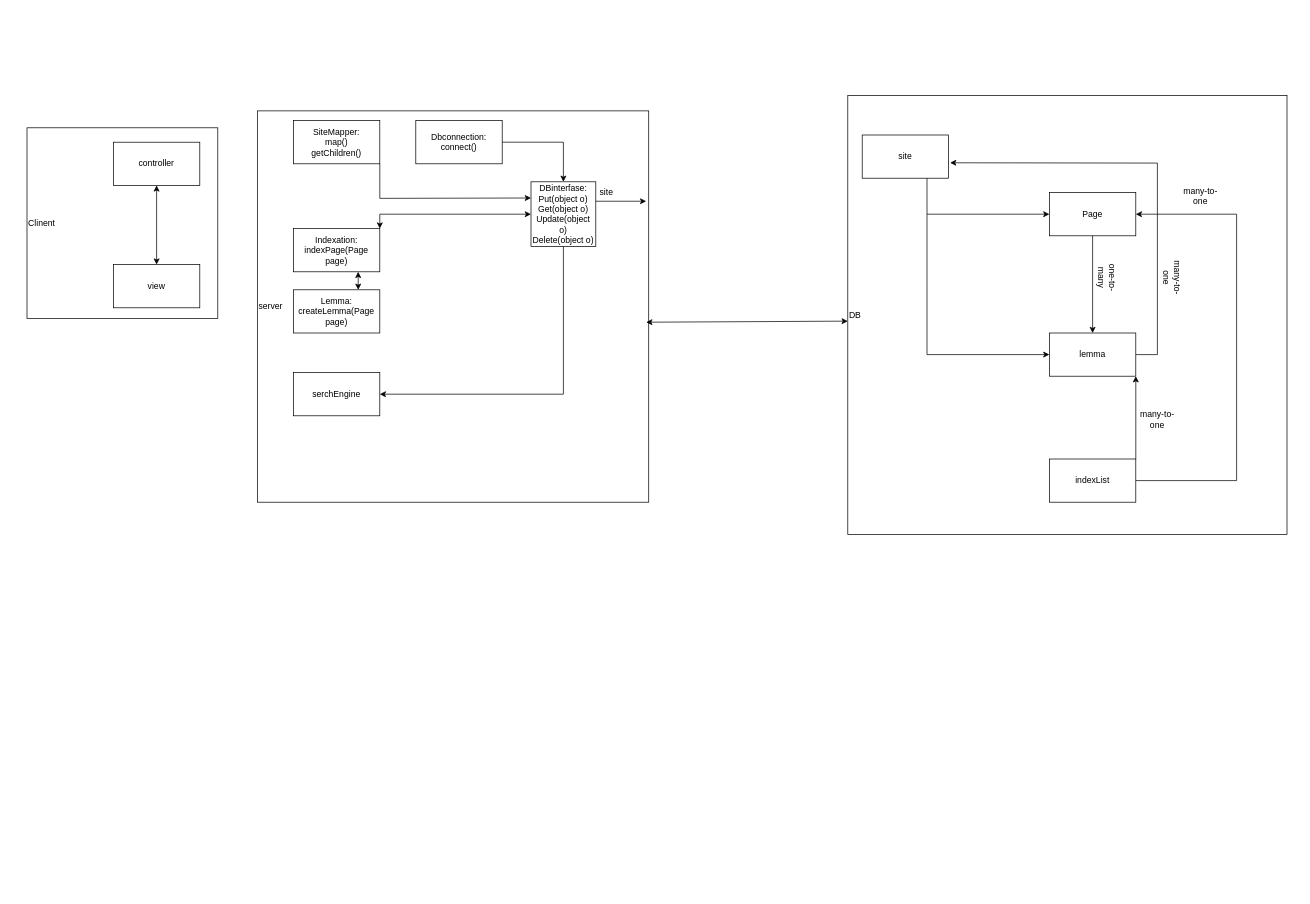
This is Untitled Diagram.drawio from voledol/DipSearch, a draw.io file, before an edit. Source tidied: cells renumbered, new cells numbered last; positions are measured from the earlier drawing's top-left corner, leaving out a move shared by most shapes. Both pictures are drawn from the tidied source at 72%, with x=0, y=0 at pixel (27, 95).
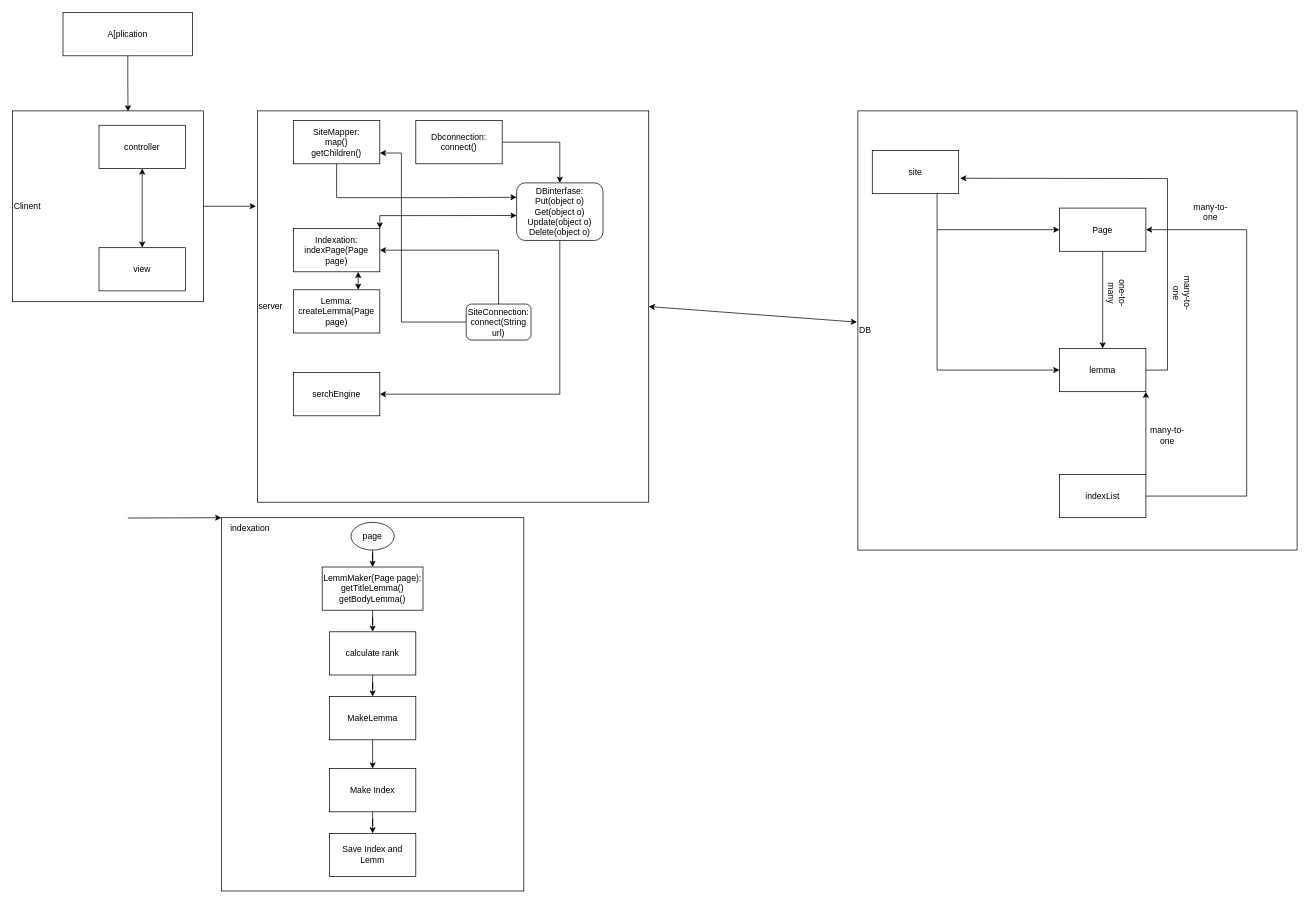
The same diagram, later.

The change refers to these unchanged cells:
```xml
<mxCell id="2" value="server" style="whiteSpace=wrap;html=1;align=left;" parent="1" vertex="1">
  <mxGeometry x="320" y="21.5" width="543.5" height="543.5" as="geometry" />
</mxCell>
<mxCell id="7" value="SiteMapper:&lt;br&gt;map()&lt;br&gt;getChildren()" style="rounded=0;whiteSpace=wrap;html=1;" parent="1" vertex="1">
  <mxGeometry x="370" y="35" width="120" height="60" as="geometry" />
</mxCell>
<mxCell id="8" value="Indexation:&lt;br&gt;indexPage(Page page)" style="rounded=0;whiteSpace=wrap;html=1;" parent="1" vertex="1">
  <mxGeometry x="370" y="185" width="120" height="60" as="geometry" />
</mxCell>
<mxCell id="9" value="serchEngine" style="rounded=0;whiteSpace=wrap;html=1;" parent="1" vertex="1">
  <mxGeometry x="370" y="385" width="120" height="60" as="geometry" />
</mxCell>
<mxCell id="14" value="Dbconnection:&lt;br&gt;connect()" style="rounded=0;whiteSpace=wrap;html=1;" parent="1" vertex="1">
  <mxGeometry x="540" y="35" width="120" height="60" as="geometry" />
</mxCell>
```

Diff of the diagram source:
```diff
@@
+    <mxCell id="36" style="edgeStyle=orthogonalEdgeStyle;rounded=0;jettySize=auto;html=1;" parent="1" edge="1" source="3">
+      <mxGeometry relative="1" as="geometry">
+        <mxPoint x="318" y="154" as="targetPoint" />
+        <Array as="points">
+          <mxPoint x="318" y="154" />
+        </Array>
+      </mxGeometry>
+    </mxCell>
     <mxCell id="3" value="&lt;div style=&quot;text-align: justify&quot;&gt;&lt;span&gt;Clinent&lt;/span&gt;&lt;/div&gt;" style="whiteSpace=wrap;html=1;align=left;" parent="1" vertex="1">
-      <mxGeometry y="45" width="265" height="265" as="geometry" />
+      <mxGeometry x="-20" y="21.5" width="265" height="265" as="geometry" />
     </mxCell>
     <mxCell id="4" value="DB" style="whiteSpace=wrap;html=1;align=left;" parent="1" vertex="1">
-      <mxGeometry x="1140" width="610" height="610" as="geometry" />
+      <mxGeometry x="1154" y="21.5" width="610" height="610" as="geometry" />
     </mxCell>
     <mxCell id="5" value="controller" style="rounded=0;whiteSpace=wrap;html=1;" parent="1" vertex="1">
-      <mxGeometry x="120" y="65" width="120" height="60" as="geometry" />
+      <mxGeometry x="100" y="41.5" width="120" height="60" as="geometry" />
     </mxCell>
     <mxCell id="6" value="view" style="rounded=0;whiteSpace=wrap;html=1;" parent="1" vertex="1">
-      <mxGeometry x="120" y="235" width="120" height="60" as="geometry" />
+      <mxGeometry x="100" y="211.5" width="120" height="60" as="geometry" />
     </mxCell>
+    <mxCell id="29" style="edgeStyle=orthogonalEdgeStyle;rounded=0;jettySize=auto;html=1;entryX=0;entryY=0.25;entryDx=0;entryDy=0;" parent="1" edge="1" source="7" target="27">
+      <mxGeometry relative="1" as="geometry">
+        <Array as="points">
+          <mxPoint x="430" y="142" />
+          <mxPoint x="585" y="142" />
+        </Array>
+      </mxGeometry>
+    </mxCell>
@@
     <mxCell id="10" value="Page" style="rounded=0;whiteSpace=wrap;html=1;" parent="1" vertex="1">
-      <mxGeometry x="1420" y="135" width="120" height="60" as="geometry" />
+      <mxGeometry x="1434" y="156.5" width="120" height="60" as="geometry" />
     </mxCell>
     <mxCell id="11" value="site" style="rounded=0;whiteSpace=wrap;html=1;" parent="1" vertex="1">
-      <mxGeometry x="1160" y="55" width="120" height="60" as="geometry" />
+      <mxGeometry x="1174" y="76.5" width="120" height="60" as="geometry" />
     </mxCell>
     <mxCell id="12" value="lemma" style="rounded=0;whiteSpace=wrap;html=1;" parent="1" vertex="1">
-      <mxGeometry x="1420" y="330" width="120" height="60" as="geometry" />
+      <mxGeometry x="1434" y="351.5" width="120" height="60" as="geometry" />
     </mxCell>
     <mxCell id="13" value="indexList" style="rounded=0;whiteSpace=wrap;html=1;" parent="1" vertex="1">
-      <mxGeometry x="1420" y="505" width="120" height="60" as="geometry" />
+      <mxGeometry x="1434" y="526.5" width="120" height="60" as="geometry" />
     </mxCell>
+    <mxCell id="28" style="edgeStyle=orthogonalEdgeStyle;rounded=0;jettySize=auto;html=1;entryX=0.5;entryY=0;entryDx=0;entryDy=0;" parent="1" edge="1" source="14" target="27">
+      <mxGeometry relative="1" as="geometry" />
+    </mxCell>
@@
     <mxCell id="15" style="endArrow=classic;html=1;rounded=0;entryX=0;entryY=0.5;entryDx=0;entryDy=0;exitX=0.75;exitY=1;exitDx=0;exitDy=0;" parent="1" edge="1" source="11" target="10">
       <mxGeometry relative="1" as="geometry">
         <Array as="points">
-          <mxPoint x="1250" y="165" />
+          <mxPoint x="1264" y="186.5" />
         </Array>
       </mxGeometry>
     </mxCell>
     <mxCell id="16" style="endArrow=classic;html=1;rounded=0;entryX=0;entryY=0.5;entryDx=0;entryDy=0;" parent="1" edge="1" target="12">
       <mxGeometry relative="1" as="geometry">
-        <mxPoint x="1250" y="165" as="sourcePoint" />
+        <mxPoint x="1264" y="186.5" as="sourcePoint" />
         <Array as="points">
-          <mxPoint x="1250" y="260" />
-          <mxPoint x="1250" y="360" />
+          <mxPoint x="1264" y="281.5" />
+          <mxPoint x="1264" y="381.5" />
         </Array>
       </mxGeometry>
     </mxCell>
     <mxCell id="17" style="endArrow=classic;html=1;rounded=0;exitX=1;exitY=0.5;exitDx=0;exitDy=0;entryX=1.017;entryY=0.643;entryDx=0;entryDy=0;entryPerimeter=0;" parent="1" edge="1" source="12" target="11">
       <mxGeometry relative="1" as="geometry">
         <Array as="points">
-          <mxPoint x="1570" y="360" />
-          <mxPoint x="1570" y="94" />
+          <mxPoint x="1584" y="381.5" />
+          <mxPoint x="1584" y="115.5" />
         </Array>
       </mxGeometry>
     </mxCell>
@@
     <mxCell id="19" style="endArrow=classic;html=1;rounded=0;exitX=1;exitY=0.5;exitDx=0;exitDy=0;entryX=1;entryY=0.5;entryDx=0;entryDy=0;" parent="1" edge="1" source="13" target="10">
       <mxGeometry relative="1" as="geometry">
         <Array as="points">
-          <mxPoint x="1680" y="535" />
-          <mxPoint x="1680" y="165" />
+          <mxPoint x="1694" y="556.5" />
+          <mxPoint x="1694" y="186.5" />
         </Array>
       </mxGeometry>
     </mxCell>
@@
-    <mxCell id="21" style="endArrow=classic;html=1;rounded=0;" parent="1" edge="1">
-      <mxGeometry relative="1" as="geometry">
-        <mxPoint x="770" y="147" as="sourcePoint" />
-        <mxPoint x="860" y="147" as="targetPoint" />
-      </mxGeometry>
-    </mxCell>
     <mxCell id="22" value="one-to-many" style="text;html=1;strokeColor=none;fillColor=none;align=center;verticalAlign=middle;whiteSpace=wrap;rounded=0;rotation=90;" parent="1" vertex="1">
-      <mxGeometry x="1470" y="238.2" width="60" height="30" as="geometry" />
+      <mxGeometry x="1484" y="259.8" width="60" height="30" as="geometry" />
     </mxCell>
     <mxCell id="23" value="many-to-one" style="text;html=1;strokeColor=none;fillColor=none;align=center;verticalAlign=middle;whiteSpace=wrap;rounded=0;rotation=90;" parent="1" vertex="1">
-      <mxGeometry x="1560" y="238.2" width="60" height="30" as="geometry" />
+      <mxGeometry x="1574" y="259.8" width="60" height="30" as="geometry" />
     </mxCell>
     <mxCell id="24" value="many-to-one" style="text;html=1;strokeColor=none;fillColor=none;align=center;verticalAlign=middle;whiteSpace=wrap;rounded=0;rotation=0;" parent="1" vertex="1">
-      <mxGeometry x="1600" y="125" width="60" height="30" as="geometry" />
+      <mxGeometry x="1614" y="146.5" width="60" height="30" as="geometry" />
     </mxCell>
     <mxCell id="25" value="many-to-one" style="text;html=1;strokeColor=none;fillColor=none;align=center;verticalAlign=middle;whiteSpace=wrap;rounded=0;rotation=0;" parent="1" vertex="1">
-      <mxGeometry x="1540" y="435" width="60" height="30" as="geometry" />
+      <mxGeometry x="1554" y="456.5" width="60" height="30" as="geometry" />
     </mxCell>
-    <mxCell id="26" value="site" style="text;html=1;strokeColor=none;fillColor=none;align=center;verticalAlign=middle;whiteSpace=wrap;rounded=0;" parent="1" vertex="1">
-      <mxGeometry x="790" y="120" width="30" height="30" as="geometry" />
-    </mxCell>
-    <mxCell id="27" value="DBinterfase:&lt;br&gt;Put(object o)&lt;br&gt;Get(object o)&lt;br&gt;Update(object o)&lt;br&gt;Delete(object o)" style="whiteSpace=wrap;html=1;" parent="1" vertex="1">
-      <mxGeometry x="700" y="120" width="90" height="90" as="geometry" />
-    </mxCell>
-    <mxCell id="28" style="endArrow=classic;html=1;rounded=0;exitX=1;exitY=0.5;exitDx=0;exitDy=0;entryX=0.5;entryY=0;entryDx=0;entryDy=0;" parent="1" edge="1" source="14" target="27">
-      <mxGeometry relative="1" as="geometry">
-        <Array as="points">
-          <mxPoint x="745" y="65" />
-        </Array>
-      </mxGeometry>
-    </mxCell>
-    <mxCell id="29" style="endArrow=classic;html=1;rounded=0;exitX=1;exitY=1;exitDx=0;exitDy=0;entryX=0;entryY=0.25;entryDx=0;entryDy=0;" parent="1" edge="1" source="7" target="27">
-      <mxGeometry relative="1" as="geometry">
-        <Array as="points">
-          <mxPoint x="490" y="143" />
-        </Array>
-      </mxGeometry>
-    </mxCell>
-    <mxCell id="30" style="endArrow=classic;startArrow=classic;html=1;rounded=0;entryX=0;entryY=0.5;entryDx=0;entryDy=0;" parent="1" edge="1" target="27">
+    <mxCell id="30" style="endArrow=classic;startArrow=classic;html=1;rounded=0;entryX=0.001;entryY=0.566;entryDx=0;entryDy=0;entryPerimeter=0;" parent="1" edge="1" target="27">
       <mxGeometry relative="1" as="geometry">
         <mxPoint x="490" y="185" as="sourcePoint" />
         <Array as="points">
-          <mxPoint x="490" y="165" />
+          <mxPoint x="490" y="167" />
         </Array>
       </mxGeometry>
     </mxCell>
@@
-    <mxCell id="32" style="endArrow=classic;html=1;rounded=0;exitX=0.5;exitY=1;exitDx=0;exitDy=0;entryX=1;entryY=0.5;entryDx=0;entryDy=0;" parent="1" edge="1" source="27" target="9">
-      <mxGeometry relative="1" as="geometry">
-        <Array as="points">
-          <mxPoint x="745" y="415" />
-        </Array>
-      </mxGeometry>
-    </mxCell>
@@
-    <mxCell id="35" style="endArrow=classic;startArrow=classic;html=1;rounded=0;entryX=0;entryY=0.514;entryDx=0;entryDy=0;entryPerimeter=0;" parent="1" edge="1" target="4">
-      <mxGeometry relative="1" as="geometry">
-        <mxPoint x="860" y="315" as="sourcePoint" />
-      </mxGeometry>
+    <mxCell id="35" style="endArrow=classic;startArrow=classic;html=1;rounded=0;exitX=1;exitY=0.5;exitDx=0;exitDy=0;entryX=-0.002;entryY=0.481;entryDx=0;entryDy=0;entryPerimeter=0;" parent="1" edge="1" source="2" target="4">
+      <mxGeometry relative="1" as="geometry" />
     </mxCell>
+    <mxCell id="27" value="&lt;span&gt;DBinterfase:&lt;/span&gt;&lt;br&gt;&lt;span&gt;Put(object o)&lt;/span&gt;&lt;br&gt;&lt;span&gt;Get(object o)&lt;/span&gt;&lt;br&gt;&lt;span&gt;Update(object o)&lt;/span&gt;&lt;br&gt;&lt;span&gt;Delete(object o)&lt;/span&gt;" style="rounded=1;whiteSpace=wrap;html=1;" parent="1" vertex="1">
+      <mxGeometry x="680" y="121.5" width="120" height="80" as="geometry" />
+    </mxCell>
+    <mxCell id="32" style="endArrow=classic;html=1;rounded=0;exitX=0.5;exitY=1;exitDx=0;exitDy=0;entryX=1;entryY=0.5;entryDx=0;entryDy=0;" parent="1" edge="1" source="27" target="9">
+      <mxGeometry relative="1" as="geometry">
+        <Array as="points">
+          <mxPoint x="740" y="415" />
+        </Array>
+      </mxGeometry>
+    </mxCell>
+    <mxCell id="37" style="edgeStyle=orthogonalEdgeStyle;rounded=0;jettySize=auto;html=1;entryX=1;entryY=0.75;entryDx=0;entryDy=0;" parent="1" edge="1" source="39" target="7">
+      <mxGeometry relative="1" as="geometry">
+        <Array as="points">
+          <mxPoint x="520" y="315" />
+          <mxPoint x="520" y="80" />
+        </Array>
+      </mxGeometry>
+    </mxCell>
+    <mxCell id="38" style="edgeStyle=orthogonalEdgeStyle;rounded=0;jettySize=auto;html=1;entryX=1;entryY=0.5;entryDx=0;entryDy=0;" parent="1" edge="1" source="39" target="8">
+      <mxGeometry relative="1" as="geometry">
+        <Array as="points">
+          <mxPoint x="655" y="215" />
+        </Array>
+      </mxGeometry>
+    </mxCell>
+    <mxCell id="39" value="SiteConnection:&lt;br&gt;connect(String url)" style="rounded=1;whiteSpace=wrap;html=1;" parent="1" vertex="1">
+      <mxGeometry x="610" y="289.8" width="90" height="50" as="geometry" />
+    </mxCell>
+    <mxCell id="40" style="edgeStyle=orthogonalEdgeStyle;rounded=0;jettySize=auto;html=1;entryX=0.605;entryY=0.003;entryDx=0;entryDy=0;entryPerimeter=0;" parent="1" edge="1" source="41" target="3">
+      <mxGeometry relative="1" as="geometry" />
+    </mxCell>
+    <mxCell id="41" value="A[plication" style="rounded=0;whiteSpace=wrap;html=1;" parent="1" vertex="1">
+      <mxGeometry x="50" y="-115" width="180" height="60" as="geometry" />
+    </mxCell>
+    <mxCell id="42" style="rounded=0;whiteSpace=wrap;html=1;" parent="1" vertex="1">
+      <mxGeometry x="270" y="586.5" width="420" height="518.5" as="geometry" />
+    </mxCell>
+    <mxCell id="43" style="endArrow=classic;html=1;rounded=0;entryX=0;entryY=0;entryDx=0;entryDy=0;" parent="1" edge="1" target="42">
+      <mxGeometry relative="1" as="geometry">
+        <mxPoint x="140" y="587" as="sourcePoint" />
+      </mxGeometry>
+    </mxCell>
+    <mxCell id="44" value="indexation" style="text;html=1;strokeColor=none;fillColor=none;align=center;verticalAlign=middle;whiteSpace=wrap;rounded=0;" parent="1" vertex="1">
+      <mxGeometry x="280" y="586.5" width="60" height="30" as="geometry" />
+    </mxCell>
+    <mxCell id="45" style="edgeStyle=orthogonalEdgeStyle;rounded=0;jettySize=auto;html=1;entryX=0.5;entryY=0;entryDx=0;entryDy=0;" parent="1" edge="1" source="46" target="48">
+      <mxGeometry relative="1" as="geometry" />
+    </mxCell>
+    <mxCell id="46" value="page" style="ellipse;whiteSpace=wrap;html=1;" parent="1" vertex="1">
+      <mxGeometry x="450" y="593" width="60" height="38.5" as="geometry" />
+    </mxCell>
+    <mxCell id="47" style="edgeStyle=orthogonalEdgeStyle;rounded=0;jettySize=auto;html=1;" parent="1" edge="1" source="48" target="50">
+      <mxGeometry relative="1" as="geometry" />
+    </mxCell>
+    <mxCell id="48" value="LemmMaker(Page page):&lt;br&gt;getTitleLemma()&lt;br&gt;getBodyLemma()" style="rounded=0;whiteSpace=wrap;html=1;" parent="1" vertex="1">
+      <mxGeometry x="410" y="655" width="140" height="60" as="geometry" />
+    </mxCell>
+    <mxCell id="49" style="edgeStyle=orthogonalEdgeStyle;rounded=0;jettySize=auto;html=1;entryX=0.5;entryY=0;entryDx=0;entryDy=0;" parent="1" edge="1" source="50" target="55">
+      <mxGeometry relative="1" as="geometry" />
+    </mxCell>
+    <mxCell id="50" value="calculate rank" style="rounded=0;whiteSpace=wrap;html=1;" parent="1" vertex="1">
+      <mxGeometry x="420" y="745" width="120" height="60" as="geometry" />
+    </mxCell>
+    <mxCell id="51" style="edgeStyle=orthogonalEdgeStyle;rounded=0;jettySize=auto;html=1;" parent="1" edge="1" source="52" target="53">
+      <mxGeometry relative="1" as="geometry" />
+    </mxCell>
+    <mxCell id="52" value="Make Index" style="rounded=0;whiteSpace=wrap;html=1;" parent="1" vertex="1">
+      <mxGeometry x="420" y="935" width="120" height="60" as="geometry" />
+    </mxCell>
+    <mxCell id="53" value="Save Index and Lemm" style="rounded=0;whiteSpace=wrap;html=1;" parent="1" vertex="1">
+      <mxGeometry x="420" y="1025" width="120" height="60" as="geometry" />
+    </mxCell>
+    <mxCell id="54" style="edgeStyle=orthogonalEdgeStyle;rounded=0;jettySize=auto;html=1;entryX=0.5;entryY=0;entryDx=0;entryDy=0;" parent="1" edge="1" source="55" target="52">
+      <mxGeometry relative="1" as="geometry" />
+    </mxCell>
+    <mxCell id="55" value="MakeLemma" style="rounded=0;whiteSpace=wrap;html=1;" parent="1" vertex="1">
+      <mxGeometry x="420" y="835" width="120" height="60" as="geometry" />
+    </mxCell>
```
